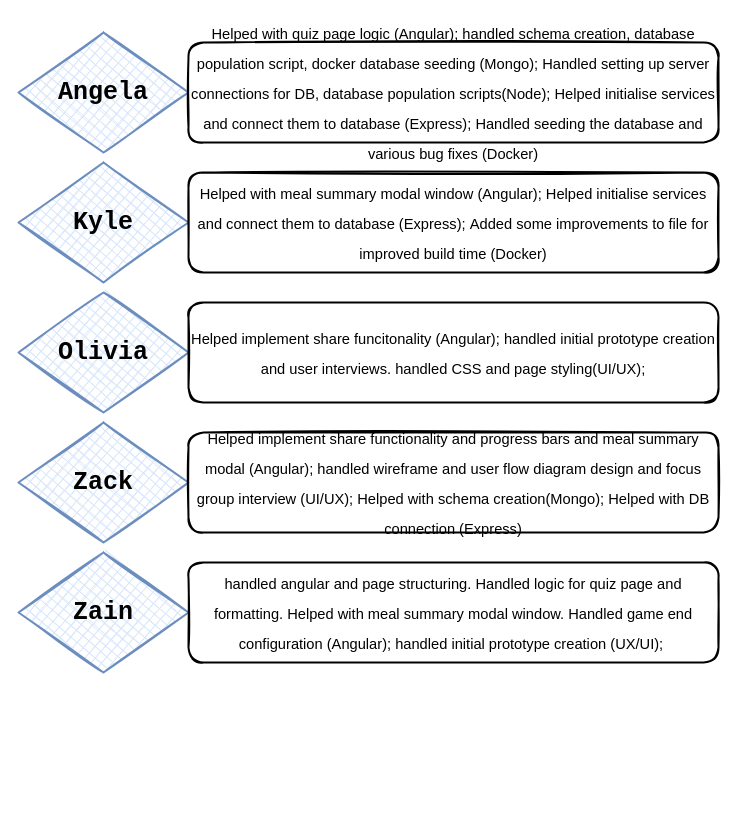
Above: SprintsAndProjectManagement/TeamRoles.drawio in kesteckb/COMSM-SEGP (draw.io), before the change. Source tidied: cells renumbered, new cells numbered last; positions are measured from the earlier drawing's top-left corner, leaving out a move shared by most shapes. Both pictures are drawn from the tidied source at 100%, with x=0, y=0 at pixel (18, 32).
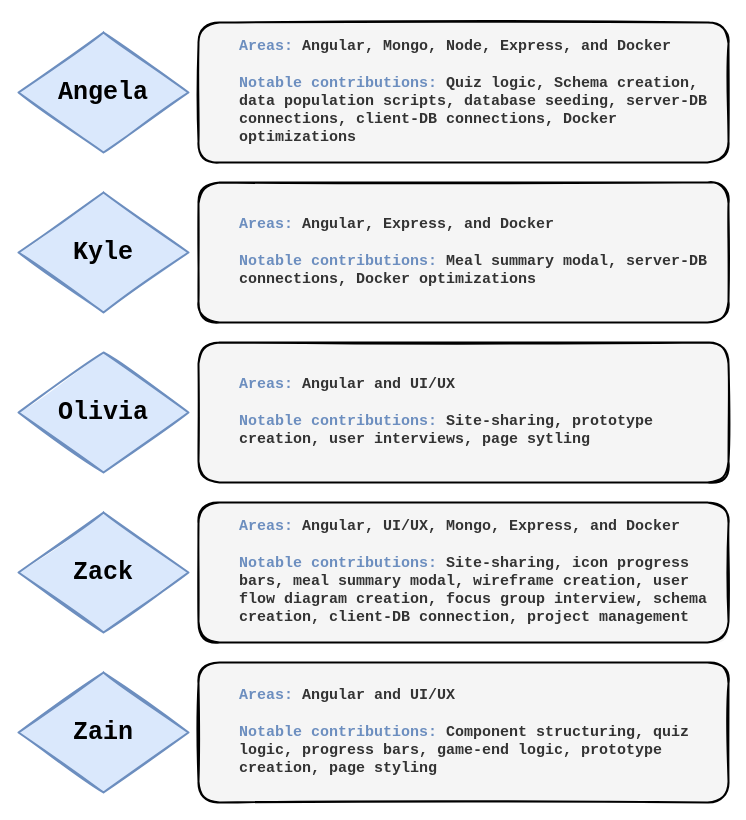
After the change.

The edit, as a diff of the source:
```diff
@@
 <mxGraphModel background="#ffffff">
   <root>
     <mxCell id="0" />
     <mxCell id="1" parent="0" />
-    <mxCell id="2" style="group;" parent="1" vertex="1">
-      <mxGeometry y="130" width="700" height="120" as="geometry" />
-    </mxCell>
-    <mxCell id="3" value="Kyle" style="rhombus;whiteSpace=wrap;html=1;strokeWidth=2;fillWeight=-1;hachureGap=8;fillStyle=cross-hatch;fillColor=#dae8fc;sketch=1;strokeColor=#6c8ebf;fontFamily=Courier New;fontSize=25;fontStyle=1;" parent="2" vertex="1">
-      <mxGeometry width="170" height="120" as="geometry" />
-    </mxCell>
-    <mxCell id="4" value="&lt;span id=&quot;docs-internal-guid-14715bb9-7fff-fad0-37b8-1680ecc5287a&quot;&gt;&lt;span style=&quot;font-size: 11pt ; font-family: &amp;#34;arial&amp;#34; ; background-color: transparent ; vertical-align: baseline&quot;&gt;Helped with meal summary modal window (Angular);&amp;nbsp;&lt;/span&gt;&lt;/span&gt;&lt;span id=&quot;docs-internal-guid-47588693-7fff-474b-c383-f6b14b442eab&quot;&gt;&lt;span style=&quot;font-size: 11pt ; font-family: &amp;#34;arial&amp;#34; ; background-color: transparent ; vertical-align: baseline&quot;&gt;Helped initialise services and connect them to database (Express);&amp;nbsp;&lt;/span&gt;&lt;/span&gt;&lt;span id=&quot;docs-internal-guid-76285264-7fff-8467-f98a-775b0c2b26df&quot;&gt;&lt;span style=&quot;font-size: 11pt ; font-family: &amp;#34;arial&amp;#34; ; background-color: transparent ; vertical-align: baseline&quot;&gt;Added some improvements to file for improved build time (Docker)&lt;/span&gt;&lt;/span&gt;" style="rounded=1;whiteSpace=wrap;html=1;strokeWidth=2;fillWeight=4;hachureGap=8;hachureAngle=45;sketch=1;fontFamily=Courier New;fontSize=25;fillStyle=solid;" parent="2" vertex="1">
-      <mxGeometry x="170" y="10" width="530" height="100" as="geometry" />
-    </mxCell>
-    <mxCell id="5" style="group;" parent="1" vertex="1">
-      <mxGeometry width="700" height="120" as="geometry" />
-    </mxCell>
+    <mxCell id="17" style="group;" parent="1" vertex="1">
+      <mxGeometry y="-10" width="710" height="140" as="geometry" />
+    </mxCell>
-    <mxCell id="6" value="Angela" style="rhombus;whiteSpace=wrap;html=1;strokeWidth=2;fillWeight=-1;hachureGap=8;fillStyle=cross-hatch;fillColor=#dae8fc;sketch=1;strokeColor=#6c8ebf;fontFamily=Courier New;fontSize=25;fontStyle=1;" parent="5" vertex="1">
-      <mxGeometry width="170" height="120" as="geometry" />
+    <mxCell id="6" value="Angela" style="rhombus;whiteSpace=wrap;html=1;strokeWidth=2;fillWeight=-1;hachureGap=8;fillStyle=solid;fillColor=#dae8fc;sketch=1;strokeColor=#6c8ebf;fontFamily=Courier New;fontSize=25;fontStyle=1;" parent="17" vertex="1">
+      <mxGeometry y="10" width="170" height="120" as="geometry" />
     </mxCell>
-    <mxCell id="7" value="&lt;span id=&quot;docs-internal-guid-55cf51fe-7fff-0f3c-1b51-0f25e11b8d9c&quot;&gt;&lt;span style=&quot;font-size: 11pt ; font-family: &amp;#34;arial&amp;#34; ; background-color: transparent ; vertical-align: baseline&quot;&gt;Helped with quiz page logic (Angular);&amp;nbsp;&lt;span id=&quot;docs-internal-guid-f27823e3-7fff-ded0-3d35-f19b5ccfe4a0&quot;&gt;&lt;span style=&quot;font-size: 11pt ; background-color: transparent ; vertical-align: baseline&quot;&gt;handled schema creation, database population script, docker database seeding (Mongo);&amp;nbsp;&lt;/span&gt;&lt;/span&gt;&lt;span id=&quot;docs-internal-guid-c085d38c-7fff-3500-46eb-7625acbe48f7&quot;&gt;&lt;span style=&quot;font-size: 11pt ; background-color: transparent ; vertical-align: baseline&quot;&gt;Handled setting up server connections for DB, database population scripts(Node);&amp;nbsp;&lt;/span&gt;&lt;/span&gt;&lt;span id=&quot;docs-internal-guid-3888b3c0-7fff-6b13-a031-0857b978a1e6&quot;&gt;&lt;span style=&quot;font-size: 11pt ; background-color: transparent ; vertical-align: baseline&quot;&gt;Helped initialise services and connect them to database (Express);&amp;nbsp;&lt;/span&gt;&lt;/span&gt;&lt;span id=&quot;docs-internal-guid-707253e9-7fff-a60e-3a78-14acfb67ed97&quot;&gt;&lt;span style=&quot;font-size: 11pt ; background-color: transparent ; vertical-align: baseline&quot;&gt;Handled seeding the database and various bug fixes (Docker)&lt;/span&gt;&lt;/span&gt;&lt;br&gt;&lt;/span&gt;&lt;/span&gt;" style="rounded=1;whiteSpace=wrap;html=1;strokeWidth=2;fillWeight=4;hachureGap=8;hachureAngle=45;sketch=1;fontFamily=Courier New;fontSize=25;fillStyle=solid;" parent="5" vertex="1">
-      <mxGeometry x="170" y="10" width="530" height="100" as="geometry" />
+    <mxCell id="7" value="&lt;blockquote style=&quot;margin: 0 0 0 40px ; border: none ; padding: 0px&quot;&gt;&lt;h4 style=&quot;text-align: left ; font-size: 15px&quot;&gt;&lt;span style=&quot;background-color: transparent&quot;&gt;&lt;b&gt;&lt;font color=&quot;#6c8ebf&quot;&gt;Areas:&lt;/font&gt;&lt;/b&gt; Angular, Mongo, Node, Express, and Docker&amp;nbsp;&lt;/span&gt;&lt;/h4&gt;&lt;/blockquote&gt;&lt;blockquote style=&quot;margin: 0 0 0 40px ; border: none ; padding: 0px&quot;&gt;&lt;h4 style=&quot;text-align: left ; font-size: 15px&quot;&gt;&lt;span style=&quot;background-color: transparent&quot;&gt;&lt;b&gt;&lt;font color=&quot;#6c8ebf&quot;&gt;Notable contributions:&lt;/font&gt;&lt;/b&gt; Quiz logic, S&lt;/span&gt;&lt;span id=&quot;docs-internal-guid-f27823e3-7fff-ded0-3d35-f19b5ccfe4a0&quot; style=&quot;background-color: transparent&quot;&gt;&lt;span style=&quot;background-color: transparent ; vertical-align: baseline&quot;&gt;chema creation, data population scripts, database seeding,&amp;nbsp;&lt;/span&gt;&lt;/span&gt;&lt;span id=&quot;docs-internal-guid-c085d38c-7fff-3500-46eb-7625acbe48f7&quot; style=&quot;background-color: transparent&quot;&gt;&lt;span style=&quot;background-color: transparent ; vertical-align: baseline&quot;&gt;server-DB connections, client-DB&amp;nbsp;&lt;/span&gt;&lt;/span&gt;&lt;span id=&quot;docs-internal-guid-3888b3c0-7fff-6b13-a031-0857b978a1e6&quot; style=&quot;background-color: transparent&quot;&gt;&lt;span style=&quot;background-color: transparent ; vertical-align: baseline&quot;&gt;connections, Docker optimizations&lt;/span&gt;&lt;/span&gt;&lt;/h4&gt;&lt;/blockquote&gt;" style="rounded=1;whiteSpace=wrap;html=1;strokeWidth=2;fillWeight=4;hachureGap=8;hachureAngle=45;sketch=1;fontFamily=Courier New;fontSize=25;fillStyle=solid;fillColor=#f5f5f5;fontColor=#333333;" parent="17" vertex="1">
+      <mxGeometry x="180" width="530" height="140" as="geometry" />
     </mxCell>
-    <mxCell id="8" style="group;" parent="1" vertex="1">
-      <mxGeometry y="260" width="700" height="120" as="geometry" />
-    </mxCell>
+    <mxCell id="18" style="group;" parent="1" vertex="1">
+      <mxGeometry y="150" width="710" height="140" as="geometry" />
+    </mxCell>
+    <mxCell id="3" value="Kyle" style="rhombus;whiteSpace=wrap;html=1;strokeWidth=2;fillWeight=-1;hachureGap=8;fillStyle=solid;fillColor=#dae8fc;sketch=1;strokeColor=#6c8ebf;fontFamily=Courier New;fontSize=25;fontStyle=1;" parent="18" vertex="1">
+      <mxGeometry y="10" width="170" height="120" as="geometry" />
+    </mxCell>
+    <mxCell id="19" value="&lt;blockquote style=&quot;margin: 0 0 0 40px ; border: none ; padding: 0px&quot;&gt;&lt;h4 style=&quot;text-align: left ; font-size: 15px&quot;&gt;&lt;span style=&quot;background-color: transparent&quot;&gt;&lt;b&gt;&lt;font color=&quot;#6c8ebf&quot;&gt;Areas:&lt;/font&gt;&lt;/b&gt; Angular, Express, and Docker&amp;nbsp;&lt;/span&gt;&lt;/h4&gt;&lt;/blockquote&gt;&lt;blockquote style=&quot;margin: 0 0 0 40px ; border: none ; padding: 0px&quot;&gt;&lt;h4 style=&quot;text-align: left ; font-size: 15px&quot;&gt;&lt;span style=&quot;background-color: transparent&quot;&gt;&lt;b&gt;&lt;font color=&quot;#6c8ebf&quot;&gt;Notable contributions:&lt;/font&gt;&lt;/b&gt;&amp;nbsp;Meal summary modal, server-DB connections&lt;/span&gt;&lt;span id=&quot;docs-internal-guid-f27823e3-7fff-ded0-3d35-f19b5ccfe4a0&quot; style=&quot;background-color: transparent&quot;&gt;&lt;span style=&quot;background-color: transparent ; vertical-align: baseline&quot;&gt;,&lt;/span&gt;&lt;/span&gt;&lt;span id=&quot;docs-internal-guid-3888b3c0-7fff-6b13-a031-0857b978a1e6&quot; style=&quot;background-color: transparent&quot;&gt;&lt;span style=&quot;background-color: transparent ; vertical-align: baseline&quot;&gt;&amp;nbsp;Docker optimizations&lt;/span&gt;&lt;/span&gt;&lt;/h4&gt;&lt;/blockquote&gt;" style="rounded=1;whiteSpace=wrap;html=1;strokeWidth=2;fillWeight=4;hachureGap=8;hachureAngle=45;sketch=1;fontFamily=Courier New;fontSize=25;fillStyle=solid;fillColor=#f5f5f5;fontColor=#333333;" parent="18" vertex="1">
+      <mxGeometry x="180" width="530" height="140" as="geometry" />
+    </mxCell>
+    <mxCell id="20" style="group;" parent="1" vertex="1">
+      <mxGeometry y="310" width="710" height="140" as="geometry" />
+    </mxCell>
-    <mxCell id="9" value="Olivia" style="rhombus;whiteSpace=wrap;html=1;strokeWidth=2;fillWeight=-1;hachureGap=8;fillStyle=cross-hatch;fillColor=#dae8fc;sketch=1;strokeColor=#6c8ebf;fontFamily=Courier New;fontSize=25;fontStyle=1;" parent="8" vertex="1">
-      <mxGeometry width="170" height="120" as="geometry" />
+    <mxCell id="9" value="Olivia" style="rhombus;whiteSpace=wrap;html=1;strokeWidth=2;fillWeight=-1;hachureGap=8;fillStyle=solid;fillColor=#dae8fc;sketch=1;strokeColor=#6c8ebf;fontFamily=Courier New;fontSize=25;fontStyle=1;" parent="20" vertex="1">
+      <mxGeometry y="10" width="170" height="120" as="geometry" />
     </mxCell>
-    <mxCell id="10" value="&lt;span id=&quot;docs-internal-guid-79654713-7fff-186b-9401-507fa94f92d3&quot;&gt;&lt;span style=&quot;font-size: 11pt ; font-family: &amp;#34;arial&amp;#34; ; background-color: transparent ; vertical-align: baseline&quot;&gt;Helped implement share funcitonality (Angular);&amp;nbsp;&lt;/span&gt;&lt;/span&gt;&lt;span id=&quot;docs-internal-guid-da6f391d-7fff-7575-0014-ab380b4b7c00&quot;&gt;&lt;span style=&quot;font-size: 11pt ; font-family: &amp;#34;arial&amp;#34; ; background-color: transparent ; vertical-align: baseline&quot;&gt;handled initial prototype creation and user interviews. handled CSS and page styling(UI/UX);&lt;/span&gt;&lt;/span&gt;" style="rounded=1;whiteSpace=wrap;html=1;strokeWidth=2;fillWeight=4;hachureGap=8;hachureAngle=45;sketch=1;fontFamily=Courier New;fontSize=25;fillStyle=solid;" parent="8" vertex="1">
-      <mxGeometry x="170" y="10" width="530" height="100" as="geometry" />
-    </mxCell>
-    <mxCell id="11" style="group;" parent="1" vertex="1">
-      <mxGeometry y="390" width="700" height="120" as="geometry" />
-    </mxCell>
+    <mxCell id="21" value="&lt;blockquote style=&quot;margin: 0 0 0 40px ; border: none ; padding: 0px&quot;&gt;&lt;h4 style=&quot;text-align: left ; font-size: 15px&quot;&gt;&lt;span style=&quot;background-color: transparent&quot;&gt;&lt;b&gt;&lt;font color=&quot;#6c8ebf&quot;&gt;Areas:&lt;/font&gt;&lt;/b&gt; Angular and UI/UX&amp;nbsp;&lt;/span&gt;&lt;/h4&gt;&lt;/blockquote&gt;&lt;blockquote style=&quot;margin: 0 0 0 40px ; border: none ; padding: 0px&quot;&gt;&lt;h4 style=&quot;text-align: left ; font-size: 15px&quot;&gt;&lt;span style=&quot;background-color: transparent&quot;&gt;&lt;b&gt;&lt;font color=&quot;#6c8ebf&quot;&gt;Notable contributions:&lt;/font&gt;&lt;/b&gt;&amp;nbsp;Site-sharing, prototype creation, user interviews, page sytling&lt;/span&gt;&lt;/h4&gt;&lt;/blockquote&gt;" style="rounded=1;whiteSpace=wrap;html=1;strokeWidth=2;fillWeight=4;hachureGap=8;hachureAngle=45;sketch=1;fontFamily=Courier New;fontSize=25;fillStyle=solid;fillColor=#f5f5f5;fontColor=#333333;" parent="20" vertex="1">
+      <mxGeometry x="180" width="530" height="140" as="geometry" />
+    </mxCell>
+    <mxCell id="22" style="group;" parent="1" vertex="1">
+      <mxGeometry y="470" width="710" height="140" as="geometry" />
+    </mxCell>
-    <mxCell id="12" value="Zack" style="rhombus;whiteSpace=wrap;html=1;strokeWidth=2;fillWeight=-1;hachureGap=8;fillStyle=cross-hatch;fillColor=#dae8fc;sketch=1;strokeColor=#6c8ebf;fontFamily=Courier New;fontSize=25;fontStyle=1;" parent="11" vertex="1">
-      <mxGeometry width="170" height="120" as="geometry" />
+    <mxCell id="12" value="Zack" style="rhombus;whiteSpace=wrap;html=1;strokeWidth=2;fillWeight=-1;hachureGap=8;fillStyle=solid;fillColor=#dae8fc;sketch=1;strokeColor=#6c8ebf;fontFamily=Courier New;fontSize=25;fontStyle=1;" parent="22" vertex="1">
+      <mxGeometry y="10" width="170" height="120" as="geometry" />
     </mxCell>
-    <mxCell id="13" value="&lt;span id=&quot;docs-internal-guid-389b18a0-7fff-ca22-27a1-57a6df8886c2&quot;&gt;&lt;span style=&quot;font-size: 11pt ; font-family: &amp;#34;arial&amp;#34; ; background-color: transparent ; vertical-align: baseline&quot;&gt;Helped implement share functionality and progress bars and meal summary modal (Angular);&amp;nbsp;&lt;/span&gt;&lt;/span&gt;&lt;span id=&quot;docs-internal-guid-0ba21306-7fff-2b8e-d1ad-478b831bbdbb&quot;&gt;&lt;span style=&quot;font-size: 11pt ; font-family: &amp;#34;arial&amp;#34; ; background-color: transparent ; vertical-align: baseline&quot;&gt;handled wireframe and user flow diagram design and focus group interview (UI/UX);&amp;nbsp;&lt;/span&gt;&lt;/span&gt;&lt;span id=&quot;docs-internal-guid-f10ed9bb-7fff-533c-6e09-c285ab2a279d&quot;&gt;&lt;span style=&quot;font-size: 11pt ; font-family: &amp;#34;arial&amp;#34; ; background-color: transparent ; vertical-align: baseline&quot;&gt;Helped with schema creation(Mongo);&amp;nbsp;&lt;/span&gt;&lt;/span&gt;&lt;span id=&quot;docs-internal-guid-cb5510bf-7fff-7b14-0b06-ce71809f8121&quot;&gt;&lt;span style=&quot;font-size: 11pt ; font-family: &amp;#34;arial&amp;#34; ; background-color: transparent ; vertical-align: baseline&quot;&gt;Helped with DB connection (Express)&lt;/span&gt;&lt;/span&gt;" style="rounded=1;whiteSpace=wrap;html=1;strokeWidth=2;fillWeight=4;hachureGap=8;hachureAngle=45;sketch=1;fontFamily=Courier New;fontSize=25;fillStyle=solid;" parent="11" vertex="1">
-      <mxGeometry x="170" y="10" width="530" height="100" as="geometry" />
-    </mxCell>
-    <mxCell id="14" style="group;" parent="1" vertex="1">
-      <mxGeometry y="520" width="700" height="120" as="geometry" />
-    </mxCell>
+    <mxCell id="23" value="&lt;blockquote style=&quot;margin: 0 0 0 40px ; border: none ; padding: 0px&quot;&gt;&lt;h4 style=&quot;text-align: left ; font-size: 15px&quot;&gt;&lt;span style=&quot;background-color: transparent&quot;&gt;&lt;b&gt;&lt;font color=&quot;#6c8ebf&quot;&gt;Areas:&lt;/font&gt;&lt;/b&gt; Angular, UI/UX, Mongo, Express, and Docker&amp;nbsp;&lt;/span&gt;&lt;/h4&gt;&lt;/blockquote&gt;&lt;blockquote style=&quot;margin: 0 0 0 40px ; border: none ; padding: 0px&quot;&gt;&lt;h4 style=&quot;text-align: left ; font-size: 15px&quot;&gt;&lt;span style=&quot;background-color: transparent&quot;&gt;&lt;b&gt;&lt;font color=&quot;#6c8ebf&quot;&gt;Notable contributions:&lt;/font&gt;&lt;/b&gt;&amp;nbsp;Site-sharing, icon progress bars, meal summary modal, wireframe creation, user flow diagram creation, focus group interview, schema creation, client-DB connection, project management&lt;/span&gt;&lt;/h4&gt;&lt;/blockquote&gt;" style="rounded=1;whiteSpace=wrap;html=1;strokeWidth=2;fillWeight=4;hachureGap=8;hachureAngle=45;sketch=1;fontFamily=Courier New;fontSize=25;fillStyle=solid;fillColor=#f5f5f5;fontColor=#333333;" parent="22" vertex="1">
+      <mxGeometry x="180" width="530" height="140" as="geometry" />
+    </mxCell>
+    <mxCell id="24" style="group;" parent="1" vertex="1">
+      <mxGeometry y="630" width="710" height="140" as="geometry" />
+    </mxCell>
-    <mxCell id="15" value="Zain" style="rhombus;whiteSpace=wrap;html=1;strokeWidth=2;fillWeight=-1;hachureGap=8;fillStyle=cross-hatch;fillColor=#dae8fc;sketch=1;strokeColor=#6c8ebf;fontFamily=Courier New;fontSize=25;fontStyle=1;" parent="14" vertex="1">
-      <mxGeometry width="170" height="120" as="geometry" />
+    <mxCell id="15" value="Zain" style="rhombus;whiteSpace=wrap;html=1;strokeWidth=2;fillWeight=-1;hachureGap=8;fillStyle=solid;fillColor=#dae8fc;sketch=1;strokeColor=#6c8ebf;fontFamily=Courier New;fontSize=25;fontStyle=1;" parent="24" vertex="1">
+      <mxGeometry y="10" width="170" height="120" as="geometry" />
     </mxCell>
-    <mxCell id="16" value="&lt;span id=&quot;docs-internal-guid-a01ff617-7fff-93a3-2617-1aa5015412d5&quot;&gt;&lt;span style=&quot;font-size: 11pt ; font-family: &amp;#34;arial&amp;#34; ; background-color: transparent ; vertical-align: baseline&quot;&gt;handled angular and page structuring. Handled logic for quiz page and formatting. Helped with meal summary modal window. Handled game end configuration (Angular);&amp;nbsp;&lt;/span&gt;&lt;/span&gt;&lt;span id=&quot;docs-internal-guid-9e172efd-7fff-0b97-0172-4db9dc6f06fa&quot;&gt;&lt;span style=&quot;font-size: 11pt ; font-family: &amp;#34;arial&amp;#34; ; background-color: transparent ; vertical-align: baseline&quot;&gt;handled initial prototype creation (UX/UI);&amp;nbsp;&lt;/span&gt;&lt;/span&gt;" style="rounded=1;whiteSpace=wrap;html=1;strokeWidth=2;fillWeight=4;hachureGap=8;hachureAngle=45;sketch=1;fontFamily=Courier New;fontSize=25;fillStyle=solid;" parent="14" vertex="1">
-      <mxGeometry x="170" y="10" width="530" height="100" as="geometry" />
-    </mxCell>
+    <mxCell id="25" value="&lt;blockquote style=&quot;margin: 0 0 0 40px ; border: none ; padding: 0px&quot;&gt;&lt;h4 style=&quot;text-align: left ; font-size: 15px&quot;&gt;&lt;span style=&quot;background-color: transparent&quot;&gt;&lt;b&gt;&lt;font color=&quot;#6c8ebf&quot;&gt;Areas:&lt;/font&gt;&lt;/b&gt; Angular and UI/UX&amp;nbsp;&lt;/span&gt;&lt;/h4&gt;&lt;/blockquote&gt;&lt;blockquote style=&quot;margin: 0 0 0 40px ; border: none ; padding: 0px&quot;&gt;&lt;h4 style=&quot;text-align: left ; font-size: 15px&quot;&gt;&lt;span style=&quot;background-color: transparent&quot;&gt;&lt;b&gt;&lt;font color=&quot;#6c8ebf&quot;&gt;Notable contributions:&lt;/font&gt;&lt;/b&gt;&amp;nbsp;Component structuring, quiz logic, progress bars, game-end logic, prototype creation, page styling&lt;/span&gt;&lt;/h4&gt;&lt;/blockquote&gt;" style="rounded=1;whiteSpace=wrap;html=1;strokeWidth=2;fillWeight=4;hachureGap=8;hachureAngle=45;sketch=1;fontFamily=Courier New;fontSize=25;fillStyle=solid;fillColor=#f5f5f5;fontColor=#333333;" parent="24" vertex="1">
+      <mxGeometry x="180" width="530" height="140" as="geometry" />
+    </mxCell>
   </root>
 </mxGraphModel>
```
